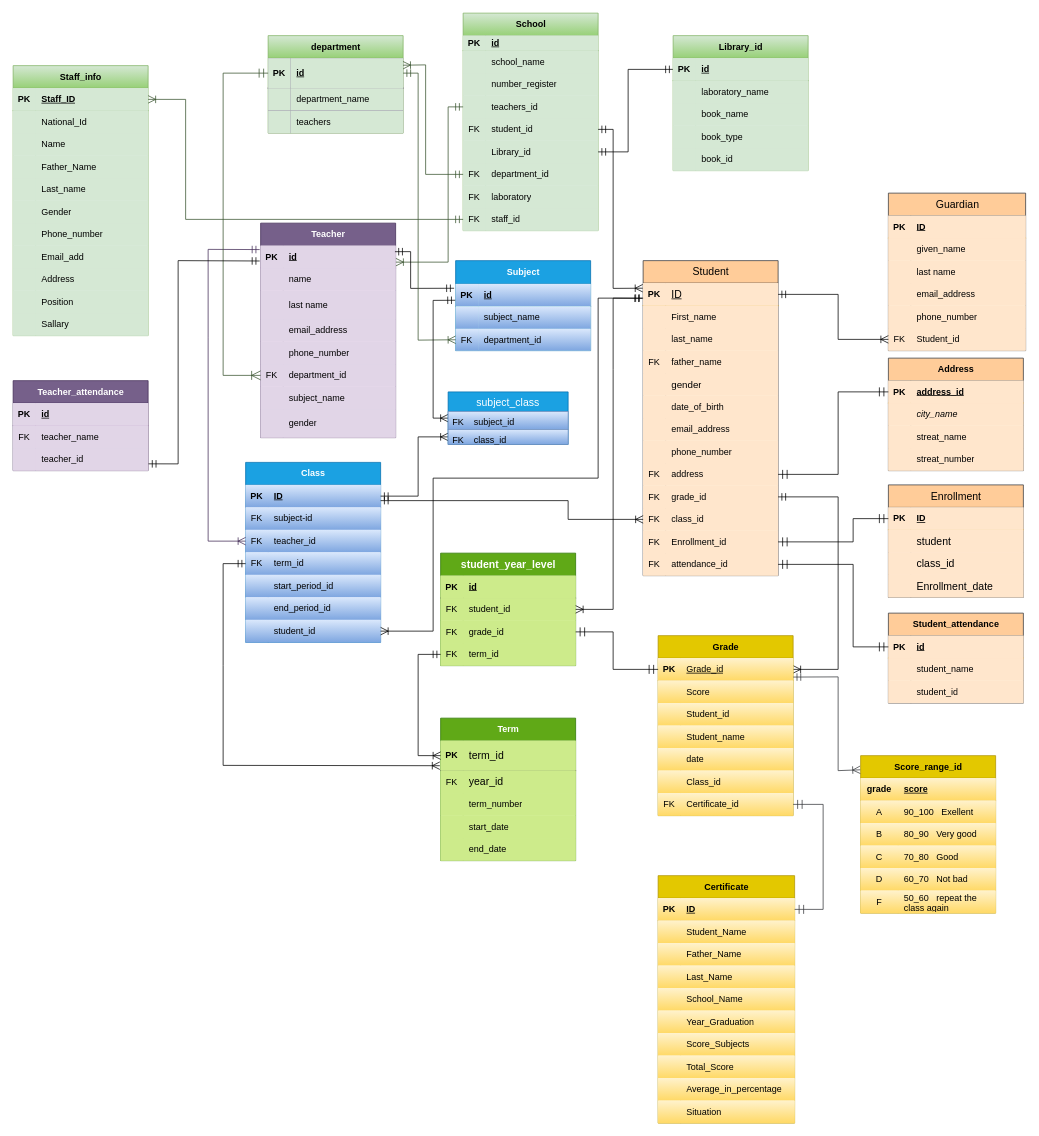
Before: page "Page-1" (1 of 2) of ERD for School.drawio in murtazaGharibyar1383/Database-for-school, a draw.io diagram. Source tidied: cells renumbered, new cells numbered last; positions are measured from the earlier drawing's top-left corner, leaving out a move shared by most shapes. Both pictures are drawn from the tidied source at 75%, with x=0, y=0 at pixel (13, 13).
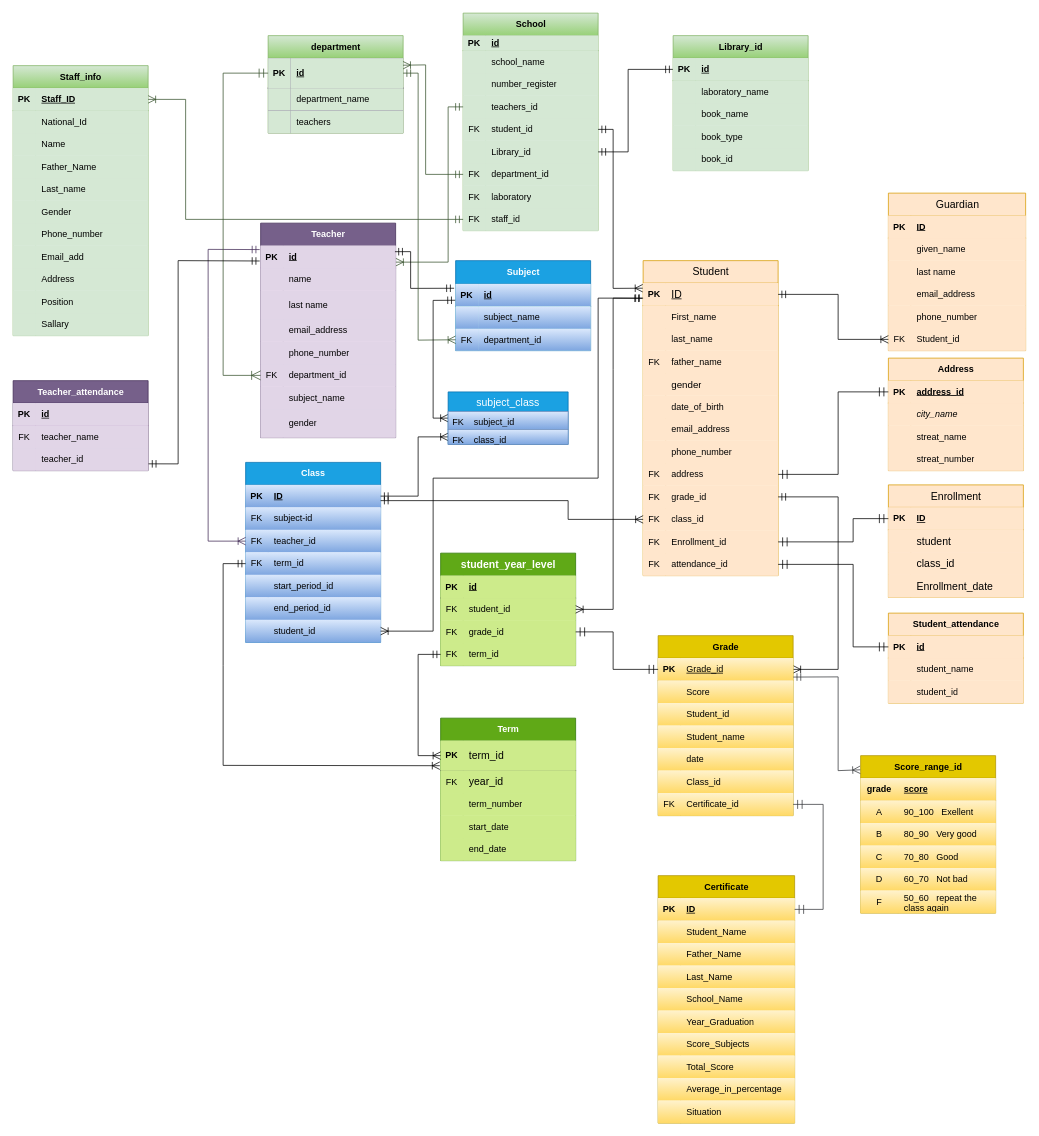
The same page after the edit.

The edit, as a diff of the source:
```diff
@@
-    <mxCell id="2" value="Student" style="shape=table;startSize=30;childLayout=tableLayout;rowLines=0;fontStyle=0;align=center;html=1;fontSize=14;labelBackgroundColor=none;rounded=0;fillColor=#ffcc99;strokeColor=#36393d;" parent="1" vertex="1">
+    <mxCell id="2" value="Student" style="shape=table;startSize=30;childLayout=tableLayout;rowLines=0;fontStyle=0;align=center;html=1;fontSize=14;labelBackgroundColor=none;rounded=0;fillColor=#ffe6cc;strokeColor=#d79b00;" parent="1" vertex="1">
       <mxGeometry x="840" y="330" width="180" height="420" as="geometry" />
     </mxCell>
@@
-    <mxCell id="42" value="Guardian" style="shape=table;startSize=30;childLayout=tableLayout;rowLines=0;align=center;html=1;fontSize=14;labelBackgroundColor=none;rounded=0;fillColor=#ffcc99;strokeColor=#36393d;" parent="1" vertex="1">
+    <mxCell id="42" value="Guardian" style="shape=table;startSize=30;childLayout=tableLayout;rowLines=0;align=center;html=1;fontSize=14;labelBackgroundColor=none;rounded=0;fillColor=#ffe6cc;strokeColor=#d79b00;" parent="1" vertex="1">
       <mxGeometry x="1167" y="240" width="183" height="210" as="geometry" />
     </mxCell>
@@
-    <mxCell id="119" value="Enrollment" style="shape=table;startSize=30;childLayout=tableLayout;rowLines=0;fontStyle=0;align=center;html=1;fontSize=14;labelBackgroundColor=none;rounded=0;fillColor=#ffcc99;strokeColor=#36393d;" parent="1" vertex="1">
+    <mxCell id="119" value="Enrollment" style="shape=table;startSize=30;childLayout=tableLayout;rowLines=0;fontStyle=0;align=center;html=1;fontSize=14;labelBackgroundColor=none;rounded=0;fillColor=#ffe6cc;strokeColor=#d79b00;" parent="1" vertex="1">
       <mxGeometry x="1167" y="629" width="180" height="150" as="geometry" />
     </mxCell>
@@
-    <mxCell id="216" value="Student_attendance" style="shape=table;startSize=30;childLayout=tableLayout;rowLines=0;fontStyle=1;align=center;html=1;rounded=0;fillColor=#ffcc99;strokeColor=#36393d;" parent="1" vertex="1">
+    <mxCell id="216" value="Student_attendance" style="shape=table;startSize=30;childLayout=tableLayout;rowLines=0;fontStyle=1;align=center;html=1;rounded=0;fillColor=#ffe6cc;strokeColor=#d79b00;" parent="1" vertex="1">
       <mxGeometry x="1167" y="800" width="180" height="120" as="geometry" />
     </mxCell>
@@
-    <mxCell id="238" value="Address" style="shape=table;startSize=30;childLayout=tableLayout;rowLines=0;fontStyle=1;align=center;html=1;fillColor=#ffcc99;strokeColor=#36393d;" parent="1" vertex="1">
+    <mxCell id="238" value="Address" style="shape=table;startSize=30;childLayout=tableLayout;rowLines=0;fontStyle=1;align=center;html=1;fillColor=#ffe6cc;strokeColor=#d79b00;" parent="1" vertex="1">
       <mxGeometry x="1167" y="460" width="180" height="150" as="geometry" />
     </mxCell>
```
